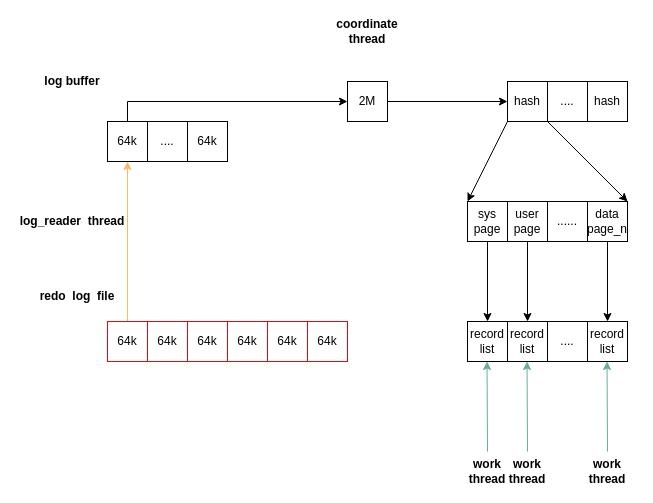
xingyingone/onekv keeps this draw.io diagram as redo_apply.drawio. Above is the earlier version. Source tidied: cells renumbered, new cells numbered last; positions are measured from the earlier drawing's top-left corner, leaving out a move shared by most shapes. Both pictures are drawn from the tidied source at 100%, with x=0, y=0 at pixel (17, 21).
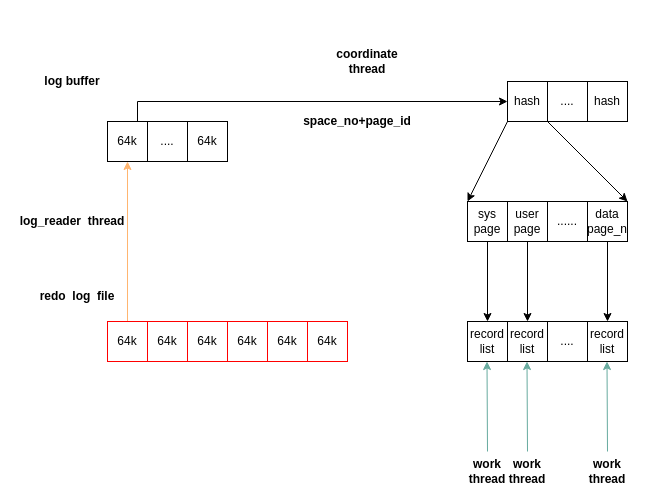
After the change.

The change refers to these unchanged cells:
```xml
<mxCell id="12" value="64k" style="whiteSpace=wrap;html=1;" parent="1" vertex="1">
  <mxGeometry x="90" y="100" width="40" height="40" as="geometry" />
</mxCell>
<mxCell id="21" value="hash" style="whiteSpace=wrap;html=1;" parent="1" vertex="1">
  <mxGeometry x="490" y="60" width="40" height="40" as="geometry" />
</mxCell>
```

What changed in the source:
```diff
@@
-    <mxCell id="11" style="edgeStyle=orthogonalEdgeStyle;rounded=0;jettySize=auto;html=1;exitX=0.5;exitY=0;exitDx=0;exitDy=0;entryX=0;entryY=0.5;entryDx=0;entryDy=0;" parent="1" edge="1" source="12" target="18">
-      <mxGeometry relative="1" as="geometry" />
-    </mxCell>
@@
-    <mxCell id="17" style="edgeStyle=orthogonalEdgeStyle;rounded=0;jettySize=auto;html=1;exitX=1;exitY=0.5;exitDx=0;exitDy=0;entryX=0;entryY=0.5;entryDx=0;entryDy=0;" parent="1" edge="1" source="18" target="21">
+    <mxCell id="17" style="edgeStyle=orthogonalEdgeStyle;rounded=0;jettySize=auto;html=1;exitX=0.75;exitY=0;exitDx=0;exitDy=0;entryX=0;entryY=0.5;entryDx=0;entryDy=0;" parent="1" edge="1" source="12" target="21">
       <mxGeometry relative="1" as="geometry" />
     </mxCell>
-    <mxCell id="18" value="2M" style="whiteSpace=wrap;html=1;" parent="1" vertex="1">
-      <mxGeometry x="330" y="60" width="40" height="40" as="geometry" />
-    </mxCell>
@@
     <mxCell id="41" value="&lt;b&gt;coordinate thread&lt;/b&gt;" style="text;html=1;strokeColor=none;fillColor=none;align=center;verticalAlign=middle;whiteSpace=wrap;rounded=0;" parent="1" vertex="1">
-      <mxGeometry x="330" width="40" height="20" as="geometry" />
+      <mxGeometry x="330" y="30" width="40" height="20" as="geometry" />
     </mxCell>
+    <mxCell id="42" value="&lt;b&gt;space_no+page_id&lt;/b&gt;" style="text;html=1;strokeColor=none;fillColor=none;align=center;verticalAlign=middle;whiteSpace=wrap;rounded=0;" parent="1" vertex="1">
+      <mxGeometry x="320" y="90" width="40" height="20" as="geometry" />
+    </mxCell>
```
